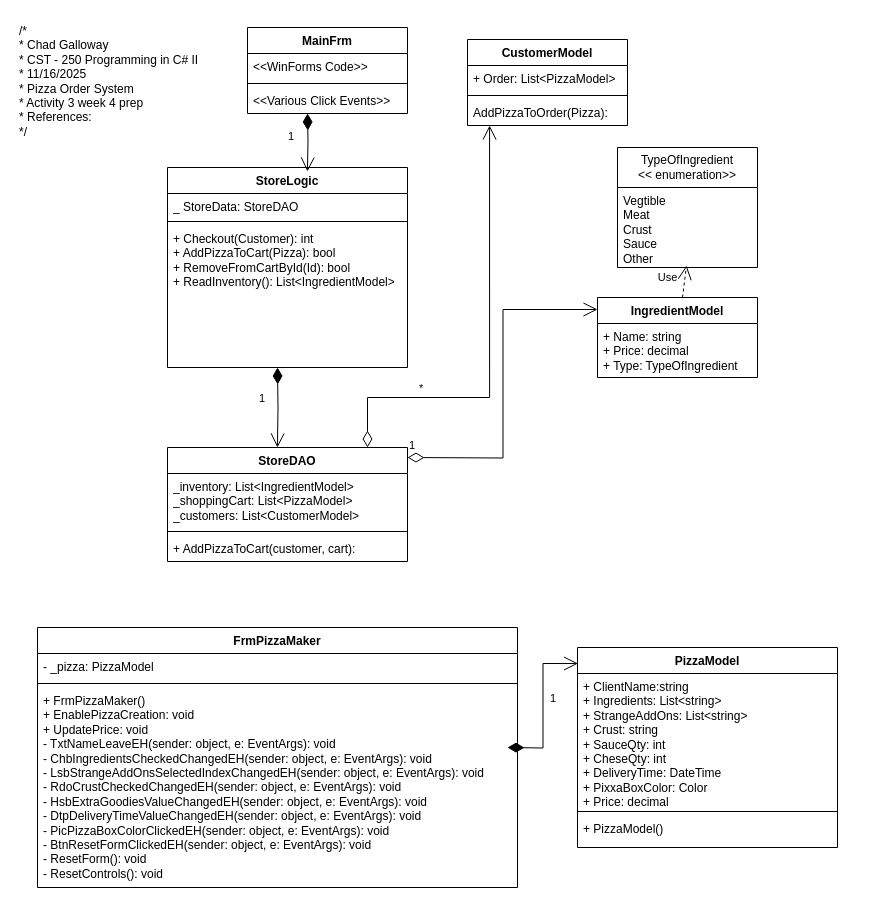
Above: Activity4/Pictures/Activity_4_UML.drawio in CGalloway3/CST-250-Projects (draw.io), before the change. Source tidied: cells renumbered, new cells numbered last; positions are measured from the earlier drawing's top-left corner, leaving out a move shared by most shapes. Both pictures are drawn from the tidied source at 100%, with x=0, y=0 at pixel (17, 17).
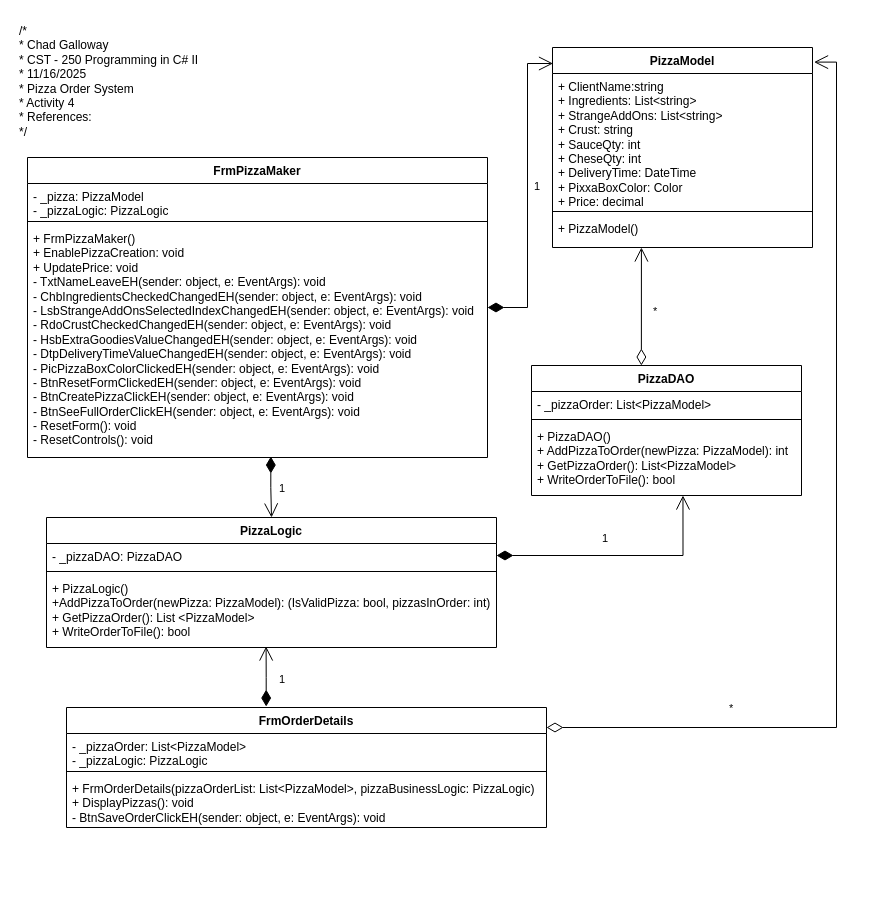
After the change.

The change refers to these unchanged cells:
```xml
<mxCell id="12" value="&lt;div&gt;+ PizzaModel()&lt;/div&gt;" style="text;strokeColor=none;fillColor=none;align=left;verticalAlign=top;spacingLeft=4;spacingRight=4;overflow=hidden;points=[[0,0.5],[1,0.5]];portConstraint=eastwest;whiteSpace=wrap;html=1;" parent="9" vertex="1">
  <mxGeometry y="168" width="260" height="32" as="geometry" />
</mxCell>
```

Change to the diagram source:
```diff
@@
-    <mxCell id="2" value="/*&lt;br&gt; * Chad Galloway&lt;br&gt; * CST - 250 Programming in C# II&lt;br&gt; * 11/16/2025&lt;br&gt; * Pizza Order System&lt;br&gt; * Activity 3 week 4 prep&lt;br&gt; * References:&lt;br&gt; */" style="text;whiteSpace=wrap;html=1;" parent="1" vertex="1">
+    <mxCell id="2" value="/*&lt;br&gt; * Chad Galloway&lt;br&gt; * CST - 250 Programming in C# II&lt;br&gt; * 11/16/2025&lt;br&gt; * Pizza Order System&lt;br&gt; * Activity 4&lt;br&gt; * References:&lt;br&gt; */" style="text;whiteSpace=wrap;html=1;" parent="1" vertex="1">
       <mxGeometry width="210" height="130" as="geometry" />
     </mxCell>
-    <mxCell id="3" value="MainFrm" style="swimlane;fontStyle=1;align=center;verticalAlign=top;horizontal=1;startSize=26;whiteSpace=wrap;html=1;" parent="1" vertex="1">
-      <mxGeometry x="230" y="10" width="160" height="86" as="geometry" />
+    <mxCell id="3" value="FrmOrderDetails" style="swimlane;fontStyle=1;align=center;verticalAlign=top;horizontal=1;startSize=26;whiteSpace=wrap;html=1;" parent="1" vertex="1">
+      <mxGeometry x="49" y="690" width="480" height="120" as="geometry" />
     </mxCell>
+    <mxCell id="37" value="*" style="endArrow=open;html=1;endSize=12;startArrow=diamondThin;startSize=14;startFill=0;edgeStyle=orthogonalEdgeStyle;align=left;verticalAlign=bottom;rounded=0;entryX=1.006;entryY=0.073;entryDx=0;entryDy=0;entryPerimeter=0;" parent="3" edge="1" target="9">
+      <mxGeometry x="-0.63" y="10" relative="1" as="geometry">
+        <mxPoint x="480" y="20" as="sourcePoint" />
+        <Array as="points">
+          <mxPoint x="770" y="20" />
+          <mxPoint x="770" y="-645" />
+        </Array>
+      </mxGeometry>
+    </mxCell>
-    <mxCell id="4" value="&amp;lt;&amp;lt;WinForms Code&amp;gt;&amp;gt;" style="text;strokeColor=none;fillColor=none;align=left;verticalAlign=top;spacingLeft=4;spacingRight=4;overflow=hidden;whiteSpace=wrap;html=1;" parent="3" vertex="1">
-      <mxGeometry y="26" width="160" height="26" as="geometry" />
+    <mxCell id="4" value="- _pizzaOrder: List&amp;lt;PizzaModel&amp;gt;&lt;div&gt;- _pizzaLogic: PizzaLogic&lt;/div&gt;" style="text;strokeColor=none;fillColor=none;align=left;verticalAlign=top;spacingLeft=4;spacingRight=4;overflow=hidden;whiteSpace=wrap;html=1;" parent="3" vertex="1">
+      <mxGeometry y="26" width="480" height="34" as="geometry" />
     </mxCell>
     <mxCell id="5" style="line;strokeWidth=1;fillColor=none;align=left;verticalAlign=middle;spacingTop=-1;spacingLeft=3;spacingRight=3;labelPosition=right;strokeColor=inherit;" parent="3" vertex="1">
-      <mxGeometry y="52" width="160" height="8" as="geometry" />
+      <mxGeometry y="60" width="480" height="8" as="geometry" />
     </mxCell>
-    <mxCell id="6" value="&amp;lt;&amp;lt;Various Click Events&amp;gt;&amp;gt;" style="text;strokeColor=none;fillColor=none;align=left;verticalAlign=top;spacingLeft=4;spacingRight=4;overflow=hidden;whiteSpace=wrap;html=1;" parent="3" vertex="1">
-      <mxGeometry y="60" width="160" height="26" as="geometry" />
+    <mxCell id="6" value="+ FrmOrderDetails(pizzaOrderList: List&amp;lt;PizzaModel&amp;gt;, pizzaBusinessLogic: PizzaLogic)&lt;div&gt;+ DisplayPizzas(): void&lt;/div&gt;&lt;div&gt;- BtnSaveOrderClickEH(sender: object, e: EventArgs): void&lt;/div&gt;" style="text;strokeColor=none;fillColor=none;align=left;verticalAlign=top;spacingLeft=4;spacingRight=4;overflow=hidden;whiteSpace=wrap;html=1;" parent="3" vertex="1">
+      <mxGeometry y="68" width="480" height="52" as="geometry" />
     </mxCell>
-    <mxCell id="7" value="IngredientModel" style="swimlane;fontStyle=1;align=center;verticalAlign=top;horizontal=1;startSize=26;whiteSpace=wrap;html=1;" parent="1" vertex="1">
-      <mxGeometry x="580" y="280" width="160" height="80" as="geometry" />
-    </mxCell>
-    <mxCell id="8" value="+ Name: string&lt;div&gt;+ Price: decimal&lt;/div&gt;&lt;div&gt;+ Type: TypeOfIngredient&lt;/div&gt;" style="text;strokeColor=none;fillColor=none;align=left;verticalAlign=top;spacingLeft=4;spacingRight=4;overflow=hidden;whiteSpace=wrap;html=1;" parent="7" vertex="1">
-      <mxGeometry y="26" width="160" height="54" as="geometry" />
-    </mxCell>
     <mxCell id="9" value="PizzaModel" style="swimlane;fontStyle=1;align=center;verticalAlign=top;horizontal=1;startSize=26;whiteSpace=wrap;html=1;" parent="1" vertex="1">
-      <mxGeometry x="560" y="630" width="260" height="200" as="geometry" />
+      <mxGeometry x="535" y="30" width="260" height="200" as="geometry" />
     </mxCell>
@@
-    <mxCell id="13" value="StoreLogic" style="swimlane;fontStyle=1;align=center;verticalAlign=top;horizontal=1;startSize=26;whiteSpace=wrap;html=1;" parent="1" vertex="1">
-      <mxGeometry x="150" y="150" width="240" height="200" as="geometry" />
+    <mxCell id="13" value="PizzaLogic" style="swimlane;fontStyle=1;align=center;verticalAlign=top;horizontal=1;startSize=26;whiteSpace=wrap;html=1;" parent="1" vertex="1">
+      <mxGeometry x="29" y="500" width="450" height="130" as="geometry" />
     </mxCell>
-    <mxCell id="14" value="_ StoreData: StoreDAO" style="text;strokeColor=none;fillColor=none;align=left;verticalAlign=top;spacingLeft=4;spacingRight=4;overflow=hidden;points=[[0,0.5],[1,0.5]];portConstraint=eastwest;whiteSpace=wrap;html=1;" parent="13" vertex="1">
-      <mxGeometry y="26" width="240" height="24" as="geometry" />
+    <mxCell id="14" value="- _pizzaDAO: PizzaDAO" style="text;strokeColor=none;fillColor=none;align=left;verticalAlign=top;spacingLeft=4;spacingRight=4;overflow=hidden;points=[[0,0.5],[1,0.5]];portConstraint=eastwest;whiteSpace=wrap;html=1;" parent="13" vertex="1">
+      <mxGeometry y="26" width="450" height="24" as="geometry" />
     </mxCell>
     <mxCell id="15" style="line;strokeWidth=1;fillColor=none;align=left;verticalAlign=middle;spacingTop=-1;spacingLeft=3;spacingRight=3;labelPosition=right;strokeColor=inherit;" parent="13" vertex="1">
-      <mxGeometry y="50" width="240" height="8" as="geometry" />
+      <mxGeometry y="50" width="450" height="8" as="geometry" />
     </mxCell>
-    <mxCell id="16" value="+ Checkout(Customer): int&lt;div&gt;+ AddPizzaToCart(Pizza): bool&lt;/div&gt;&lt;div&gt;+ RemoveFromCartById(Id): bool&lt;/div&gt;&lt;div&gt;+ ReadInventory(): List&amp;lt;IngredientModel&amp;gt;&lt;/div&gt;" style="text;strokeColor=none;fillColor=none;align=left;verticalAlign=top;spacingLeft=4;spacingRight=4;overflow=hidden;points=[[0,0.5],[1,0.5]];portConstraint=eastwest;whiteSpace=wrap;html=1;" parent="13" vertex="1">
-      <mxGeometry y="58" width="240" height="142" as="geometry" />
+    <mxCell id="16" value="+ PizzaLogic()&lt;div&gt;+AddPizzaToOrder(newPizza: PizzaModel): (IsValidPizza: bool, pizzasInOrder: int)&lt;/div&gt;&lt;div&gt;+ GetPizzaOrder(): List &amp;lt;PizzaModel&amp;gt;&lt;/div&gt;&lt;div&gt;+ WriteOrderToFile(): bool&lt;/div&gt;" style="text;strokeColor=none;fillColor=none;align=left;verticalAlign=top;spacingLeft=4;spacingRight=4;overflow=hidden;points=[[0,0.5],[1,0.5]];portConstraint=eastwest;whiteSpace=wrap;html=1;" parent="13" vertex="1">
+      <mxGeometry y="58" width="450" height="72" as="geometry" />
     </mxCell>
-    <mxCell id="17" value="1" style="endArrow=open;html=1;endSize=12;startArrow=diamondThin;startSize=14;startFill=1;edgeStyle=orthogonalEdgeStyle;align=left;verticalAlign=bottom;rounded=0;entryX=0.458;entryY=0;entryDx=0;entryDy=0;entryPerimeter=0;" parent="13" edge="1" target="18">
-      <mxGeometry x="0.01" y="-20" relative="1" as="geometry">
-        <mxPoint x="110" y="200" as="sourcePoint" />
-      </mxGeometry>
-    </mxCell>
-    <mxCell id="18" value="StoreDAO" style="swimlane;fontStyle=1;align=center;verticalAlign=top;horizontal=1;startSize=26;whiteSpace=wrap;html=1;" parent="1" vertex="1">
-      <mxGeometry x="150" y="430" width="240" height="114" as="geometry" />
+    <mxCell id="18" value="PizzaDAO" style="swimlane;fontStyle=1;align=center;verticalAlign=top;horizontal=1;startSize=26;whiteSpace=wrap;html=1;" parent="1" vertex="1">
+      <mxGeometry x="514" y="348" width="270" height="130" as="geometry" />
     </mxCell>
-    <mxCell id="19" value="*" style="endArrow=open;html=1;endSize=12;startArrow=diamondThin;startSize=14;startFill=0;edgeStyle=orthogonalEdgeStyle;align=left;verticalAlign=bottom;rounded=0;entryX=0.138;entryY=1;entryDx=0;entryDy=0;entryPerimeter=0;" parent="18" edge="1" target="29">
-      <mxGeometry x="-0.55" relative="1" as="geometry">
-        <mxPoint x="200" as="sourcePoint" />
-        <Array as="points">
-          <mxPoint x="200" y="-50" />
-          <mxPoint x="322" y="-50" />
-        </Array>
-      </mxGeometry>
-    </mxCell>
-    <mxCell id="20" value="1" style="endArrow=open;html=1;endSize=12;startArrow=diamondThin;startSize=14;startFill=0;edgeStyle=orthogonalEdgeStyle;align=left;verticalAlign=bottom;rounded=0;entryX=0;entryY=0.15;entryDx=0;entryDy=0;entryPerimeter=0;" parent="18" edge="1" target="7">
-      <mxGeometry x="-1" y="3" relative="1" as="geometry">
-        <mxPoint x="240" y="10" as="sourcePoint" />
-      </mxGeometry>
-    </mxCell>
-    <mxCell id="21" value="_inventory: List&amp;lt;IngredientModel&amp;gt;&lt;div&gt;_shoppingCart: List&amp;lt;PizzaModel&amp;gt;&lt;/div&gt;&lt;div&gt;_customers: List&amp;lt;CustomerModel&amp;gt;&lt;/div&gt;" style="text;strokeColor=none;fillColor=none;align=left;verticalAlign=top;spacingLeft=4;spacingRight=4;overflow=hidden;whiteSpace=wrap;html=1;" parent="18" vertex="1">
-      <mxGeometry y="26" width="240" height="54" as="geometry" />
+    <mxCell id="21" value="&lt;div&gt;- _pizzaOrder: List&amp;lt;PizzaModel&amp;gt;&lt;/div&gt;" style="text;strokeColor=none;fillColor=none;align=left;verticalAlign=top;spacingLeft=4;spacingRight=4;overflow=hidden;whiteSpace=wrap;html=1;" parent="18" vertex="1">
+      <mxGeometry y="26" width="270" height="24" as="geometry" />
     </mxCell>
     <mxCell id="22" style="line;strokeWidth=1;fillColor=none;align=left;verticalAlign=middle;spacingTop=-1;spacingLeft=3;spacingRight=3;labelPosition=right;strokeColor=inherit;" parent="18" vertex="1">
-      <mxGeometry y="80" width="240" height="8" as="geometry" />
+      <mxGeometry y="50" width="270" height="8" as="geometry" />
     </mxCell>
-    <mxCell id="23" value="+ AddPizzaToCart(customer, cart):" style="text;strokeColor=none;fillColor=none;align=left;verticalAlign=top;spacingLeft=4;spacingRight=4;overflow=hidden;points=[[0,0.5],[1,0.5]];portConstraint=eastwest;whiteSpace=wrap;html=1;" parent="18" vertex="1">
-      <mxGeometry y="88" width="240" height="26" as="geometry" />
+    <mxCell id="23" value="&lt;div&gt;+ PizzaDAO()&lt;/div&gt;+ AddPizzaToOrder(newPizza: PizzaModel): int&lt;div&gt;+ GetPizzaOrder(): List&amp;lt;PizzaModel&amp;gt;&lt;/div&gt;&lt;div&gt;+ WriteOrderToFile(): bool&lt;/div&gt;" style="text;strokeColor=none;fillColor=none;align=left;verticalAlign=top;spacingLeft=4;spacingRight=4;overflow=hidden;points=[[0,0.5],[1,0.5]];portConstraint=eastwest;whiteSpace=wrap;html=1;" parent="18" vertex="1">
+      <mxGeometry y="58" width="270" height="72" as="geometry" />
     </mxCell>
-    <mxCell id="24" value="TypeOfIngredient&lt;div&gt;&amp;lt;&amp;lt; enumeration&amp;gt;&amp;gt;&lt;/div&gt;" style="swimlane;fontStyle=0;horizontal=1;startSize=40;fillColor=none;whiteSpace=wrap;html=1;" parent="1" vertex="1">
-      <mxGeometry x="600" y="130" width="140" height="120" as="geometry" />
-    </mxCell>
-    <mxCell id="25" value="Vegtible&lt;div&gt;Meat&lt;/div&gt;&lt;div&gt;Crust&lt;/div&gt;&lt;div&gt;Sauce&lt;/div&gt;&lt;div&gt;Other&lt;/div&gt;" style="text;strokeColor=none;fillColor=none;align=left;verticalAlign=top;spacingLeft=4;spacingRight=4;overflow=hidden;points=[[0,0.5],[1,0.5]];portConstraint=eastwest;whiteSpace=wrap;html=1;" parent="24" vertex="1">
-      <mxGeometry y="40" width="140" height="80" as="geometry" />
-    </mxCell>
-    <mxCell id="26" value="CustomerModel" style="swimlane;fontStyle=1;align=center;verticalAlign=top;horizontal=1;startSize=26;whiteSpace=wrap;html=1;" parent="1" vertex="1">
-      <mxGeometry x="450" y="22" width="160" height="86" as="geometry" />
-    </mxCell>
-    <mxCell id="27" value="+ Order: List&amp;lt;PizzaModel&amp;gt;" style="text;strokeColor=none;fillColor=none;align=left;verticalAlign=top;spacingLeft=4;spacingRight=4;overflow=hidden;whiteSpace=wrap;html=1;" parent="26" vertex="1">
-      <mxGeometry y="26" width="160" height="26" as="geometry" />
-    </mxCell>
-    <mxCell id="28" style="line;strokeWidth=1;fillColor=none;align=left;verticalAlign=middle;spacingTop=-1;spacingLeft=3;spacingRight=3;labelPosition=right;strokeColor=inherit;" parent="26" vertex="1">
-      <mxGeometry y="52" width="160" height="8" as="geometry" />
-    </mxCell>
-    <mxCell id="29" value="AddPizzaToOrder(Pizza):" style="text;strokeColor=none;fillColor=none;align=left;verticalAlign=top;spacingLeft=4;spacingRight=4;overflow=hidden;points=[[0,0.5],[1,0.5]];portConstraint=eastwest;whiteSpace=wrap;html=1;" parent="26" vertex="1">
-      <mxGeometry y="60" width="160" height="26" as="geometry" />
-    </mxCell>
-    <mxCell id="30" value="Use" style="endArrow=open;endSize=12;dashed=1;html=1;rounded=0;entryX=0.493;entryY=0.975;entryDx=0;entryDy=0;entryPerimeter=0;" parent="1" edge="1" source="7" target="25">
-      <mxGeometry x="0.12" y="17" relative="1" as="geometry" />
-    </mxCell>
-    <mxCell id="31" value="1" style="endArrow=open;html=1;endSize=12;startArrow=diamondThin;startSize=14;startFill=1;edgeStyle=orthogonalEdgeStyle;align=left;verticalAlign=bottom;rounded=0;entryX=0.583;entryY=0.02;entryDx=0;entryDy=0;entryPerimeter=0;" parent="1" edge="1" target="13">
-      <mxGeometry x="0.12" y="-20" relative="1" as="geometry">
-        <mxPoint x="290" y="96" as="sourcePoint" />
-        <mxPoint x="-1" as="offset" />
-      </mxGeometry>
-    </mxCell>
     <mxCell id="32" value="FrmPizzaMaker" style="swimlane;fontStyle=1;align=center;verticalAlign=top;horizontal=1;startSize=26;whiteSpace=wrap;html=1;" parent="1" vertex="1">
-      <mxGeometry x="20" y="610" width="480" height="260" as="geometry" />
+      <mxGeometry x="10" y="140" width="460" height="300" as="geometry" />
     </mxCell>
-    <mxCell id="33" value="- _pizza: PizzaModel" style="text;strokeColor=none;fillColor=none;align=left;verticalAlign=top;spacingLeft=4;spacingRight=4;overflow=hidden;whiteSpace=wrap;html=1;" parent="32" vertex="1">
-      <mxGeometry y="26" width="480" height="26" as="geometry" />
+    <mxCell id="33" value="- _pizza: PizzaModel&lt;div&gt;- _pizzaLogic: PizzaLogic&lt;/div&gt;" style="text;strokeColor=none;fillColor=none;align=left;verticalAlign=top;spacingLeft=4;spacingRight=4;overflow=hidden;whiteSpace=wrap;html=1;" parent="32" vertex="1">
+      <mxGeometry y="26" width="460" height="34" as="geometry" />
     </mxCell>
     <mxCell id="34" style="line;strokeWidth=1;fillColor=none;align=left;verticalAlign=middle;spacingTop=-1;spacingLeft=3;spacingRight=3;labelPosition=right;strokeColor=inherit;" parent="32" vertex="1">
-      <mxGeometry y="52" width="480" height="8" as="geometry" />
+      <mxGeometry y="60" width="460" height="8" as="geometry" />
     </mxCell>
+    <mxCell id="36" value="+ FrmPizzaMaker()&lt;div&gt;+ EnablePizzaCreation: void&lt;/div&gt;&lt;div&gt;+ UpdatePrice: void&lt;/div&gt;&lt;div&gt;- TxtNameLeaveEH(sender: object, e: EventArgs): void&lt;/div&gt;&lt;div&gt;- ChbIngredientsCheckedChangedEH(sender: object, e: EventArgs): void&lt;/div&gt;&lt;div&gt;- LsbStrangeAddOnsSelectedIndexChangedEH(sender: object, e: EventArgs): void&lt;/div&gt;&lt;div&gt;- RdoCrustCheckedChangedEH(&lt;span style=&quot;background-color: transparent; color: light-dark(rgb(0, 0, 0), rgb(255, 255, 255));&quot;&gt;sender: object, e: EventArgs): void&lt;/span&gt;&lt;/div&gt;&lt;div&gt;&lt;span style=&quot;background-color: transparent; color: light-dark(rgb(0, 0, 0), rgb(255, 255, 255));&quot;&gt;- HsbExtraGoodiesValueChangedEH(&lt;/span&gt;&lt;span style=&quot;background-color: transparent; color: light-dark(rgb(0, 0, 0), rgb(255, 255, 255));&quot;&gt;sender: object, e: EventArgs): void&lt;/span&gt;&lt;/div&gt;&lt;div&gt;- DtpDeliveryTimeValueChangedEH(&lt;span style=&quot;background-color: transparent; color: light-dark(rgb(0, 0, 0), rgb(255, 255, 255));&quot;&gt;sender: object, e: EventArgs): void&lt;/span&gt;&lt;/div&gt;&lt;div&gt;&lt;span style=&quot;background-color: transparent; color: light-dark(rgb(0, 0, 0), rgb(255, 255, 255));&quot;&gt;- PicPizzaBoxColorClickedEH(&lt;/span&gt;&lt;span style=&quot;background-color: transparent; color: light-dark(rgb(0, 0, 0), rgb(255, 255, 255));&quot;&gt;sender: object, e: EventArgs): void&lt;/span&gt;&lt;/div&gt;&lt;div&gt;&lt;span style=&quot;background-color: transparent; color: light-dark(rgb(0, 0, 0), rgb(255, 255, 255));&quot;&gt;- BtnResetFormClickedEH(&lt;/span&gt;&lt;span style=&quot;background-color: transparent; color: light-dark(rgb(0, 0, 0), rgb(255, 255, 255));&quot;&gt;sender: object, e: EventArgs): void&lt;/span&gt;&lt;/div&gt;&lt;div&gt;&lt;span style=&quot;background-color: transparent; color: light-dark(rgb(0, 0, 0), rgb(255, 255, 255));&quot;&gt;- BtnCreatePizzaClickEH&lt;/span&gt;&lt;span style=&quot;background-color: transparent; color: light-dark(rgb(0, 0, 0), rgb(255, 255, 255));&quot;&gt;(&lt;/span&gt;&lt;span style=&quot;background-color: transparent; color: light-dark(rgb(0, 0, 0), rgb(255, 255, 255));&quot;&gt;sender: object, e: EventArgs): void&lt;/span&gt;&lt;/div&gt;&lt;div&gt;&lt;span style=&quot;background-color: transparent; color: light-dark(rgb(0, 0, 0), rgb(255, 255, 255));&quot;&gt;- BtnSeeFullOrderClickEH&lt;/span&gt;&lt;span style=&quot;background-color: transparent; color: light-dark(rgb(0, 0, 0), rgb(255, 255, 255));&quot;&gt;(&lt;/span&gt;&lt;span style=&quot;background-color: transparent; color: light-dark(rgb(0, 0, 0), rgb(255, 255, 255));&quot;&gt;sender: object, e: EventArgs): void&lt;/span&gt;&lt;/div&gt;&lt;div&gt;&lt;span style=&quot;background-color: transparent; color: light-dark(rgb(0, 0, 0), rgb(255, 255, 255));&quot;&gt;- ResetForm(): void&lt;/span&gt;&lt;/div&gt;&lt;div&gt;&lt;span style=&quot;background-color: transparent; color: light-dark(rgb(0, 0, 0), rgb(255, 255, 255));&quot;&gt;- ResetControls(): void&lt;/span&gt;&lt;/div&gt;" style="text;strokeColor=none;fillColor=none;align=left;verticalAlign=top;spacingLeft=4;spacingRight=4;overflow=hidden;points=[[0,0.5],[1,0.5]];portConstraint=eastwest;whiteSpace=wrap;html=1;" parent="32" vertex="1">
+      <mxGeometry y="68" width="460" height="232" as="geometry" />
+    </mxCell>
-    <mxCell id="35" value="1" style="endArrow=open;html=1;endSize=12;startArrow=diamondThin;startSize=14;startFill=1;edgeStyle=orthogonalEdgeStyle;align=left;verticalAlign=bottom;rounded=0;entryX=0.002;entryY=0.08;entryDx=0;entryDy=0;entryPerimeter=0;" parent="32" edge="1" target="9">
+    <mxCell id="35" value="1" style="endArrow=open;html=1;endSize=12;startArrow=diamondThin;startSize=14;startFill=1;edgeStyle=orthogonalEdgeStyle;align=left;verticalAlign=bottom;rounded=0;entryX=0.002;entryY=0.08;entryDx=0;entryDy=0;entryPerimeter=0;" parent="1" edge="1" source="32" target="9">
       <mxGeometry x="-0.02" y="-4" relative="1" as="geometry">
-        <mxPoint x="470" y="120" as="sourcePoint" />
+        <Array as="points">
+          <mxPoint x="510" y="290" />
+          <mxPoint x="510" y="46" />
+        </Array>
         <mxPoint x="1" as="offset" />
       </mxGeometry>
     </mxCell>
-    <mxCell id="36" value="+ FrmPizzaMaker()&lt;div&gt;+ EnablePizzaCreation: void&lt;/div&gt;&lt;div&gt;+ UpdatePrice: void&lt;/div&gt;&lt;div&gt;- TxtNameLeaveEH(sender: object, e: EventArgs): void&lt;/div&gt;&lt;div&gt;- ChbIngredientsCheckedChangedEH(sender: object, e: EventArgs): void&lt;/div&gt;&lt;div&gt;- LsbStrangeAddOnsSelectedIndexChangedEH(sender: object, e: EventArgs): void&lt;/div&gt;&lt;div&gt;- RdoCrustCheckedChangedEH(&lt;span style=&quot;background-color: transparent; color: light-dark(rgb(0, 0, 0), rgb(255, 255, 255));&quot;&gt;sender: object, e: EventArgs): void&lt;/span&gt;&lt;/div&gt;&lt;div&gt;&lt;span style=&quot;background-color: transparent; color: light-dark(rgb(0, 0, 0), rgb(255, 255, 255));&quot;&gt;- HsbExtraGoodiesValueChangedEH(&lt;/span&gt;&lt;span style=&quot;background-color: transparent; color: light-dark(rgb(0, 0, 0), rgb(255, 255, 255));&quot;&gt;sender: object, e: EventArgs): void&lt;/span&gt;&lt;/div&gt;&lt;div&gt;- DtpDeliveryTimeValueChangedEH(&lt;span style=&quot;background-color: transparent; color: light-dark(rgb(0, 0, 0), rgb(255, 255, 255));&quot;&gt;sender: object, e: EventArgs): void&lt;/span&gt;&lt;/div&gt;&lt;div&gt;&lt;span style=&quot;background-color: transparent; color: light-dark(rgb(0, 0, 0), rgb(255, 255, 255));&quot;&gt;- PicPizzaBoxColorClickedEH(&lt;/span&gt;&lt;span style=&quot;background-color: transparent; color: light-dark(rgb(0, 0, 0), rgb(255, 255, 255));&quot;&gt;sender: object, e: EventArgs): void&lt;/span&gt;&lt;/div&gt;&lt;div&gt;&lt;span style=&quot;background-color: transparent; color: light-dark(rgb(0, 0, 0), rgb(255, 255, 255));&quot;&gt;- BtnResetFormClickedEH(&lt;/span&gt;&lt;span style=&quot;background-color: transparent; color: light-dark(rgb(0, 0, 0), rgb(255, 255, 255));&quot;&gt;sender: object, e: EventArgs): void&lt;/span&gt;&lt;/div&gt;&lt;div&gt;&lt;span style=&quot;background-color: transparent; color: light-dark(rgb(0, 0, 0), rgb(255, 255, 255));&quot;&gt;- ResetForm(): void&lt;/span&gt;&lt;/div&gt;&lt;div&gt;&lt;span style=&quot;background-color: transparent; color: light-dark(rgb(0, 0, 0), rgb(255, 255, 255));&quot;&gt;- ResetControls(): void&lt;/span&gt;&lt;/div&gt;" style="text;strokeColor=none;fillColor=none;align=left;verticalAlign=top;spacingLeft=4;spacingRight=4;overflow=hidden;points=[[0,0.5],[1,0.5]];portConstraint=eastwest;whiteSpace=wrap;html=1;" parent="32" vertex="1">
-      <mxGeometry y="60" width="480" height="200" as="geometry" />
-    </mxCell>
+    <mxCell id="38" value="1" style="endArrow=open;html=1;endSize=12;startArrow=diamondThin;startSize=14;startFill=1;edgeStyle=orthogonalEdgeStyle;align=left;verticalAlign=bottom;rounded=0;exitX=0.529;exitY=0.996;exitDx=0;exitDy=0;exitPerimeter=0;" parent="1" edge="1" source="36" target="13">
+      <mxGeometry x="0.35" y="6" relative="1" as="geometry" />
+    </mxCell>
+    <mxCell id="39" value="*" style="endArrow=open;html=1;endSize=12;startArrow=diamondThin;startSize=14;startFill=0;edgeStyle=orthogonalEdgeStyle;align=left;verticalAlign=bottom;rounded=0;entryX=0.342;entryY=1;entryDx=0;entryDy=0;entryPerimeter=0;exitX=0.407;exitY=0;exitDx=0;exitDy=0;exitPerimeter=0;" parent="1" edge="1" source="18" target="12">
+      <mxGeometry x="-0.24" y="-10" relative="1" as="geometry" />
+    </mxCell>
+    <mxCell id="40" value="1" style="endArrow=open;html=1;endSize=12;startArrow=diamondThin;startSize=14;startFill=1;edgeStyle=orthogonalEdgeStyle;align=left;verticalAlign=bottom;rounded=0;exitX=1;exitY=0.5;exitDx=0;exitDy=0;entryX=0.561;entryY=1;entryDx=0;entryDy=0;entryPerimeter=0;" parent="1" edge="1" source="14" target="23">
+      <mxGeometry x="-0.16" y="8" relative="1" as="geometry" />
+    </mxCell>
+    <mxCell id="41" value="1" style="endArrow=open;html=1;endSize=12;startArrow=diamondThin;startSize=14;startFill=1;edgeStyle=orthogonalEdgeStyle;align=left;verticalAlign=bottom;rounded=0;exitX=0.416;exitY=-0.008;exitDx=0;exitDy=0;exitPerimeter=0;entryX=0.488;entryY=0.986;entryDx=0;entryDy=0;entryPerimeter=0;" parent="1" edge="1" source="3" target="16">
+      <mxGeometry x="-0.37" y="-11" relative="1" as="geometry">
+        <mxPoint y="1" as="offset" />
+      </mxGeometry>
+    </mxCell>
```
